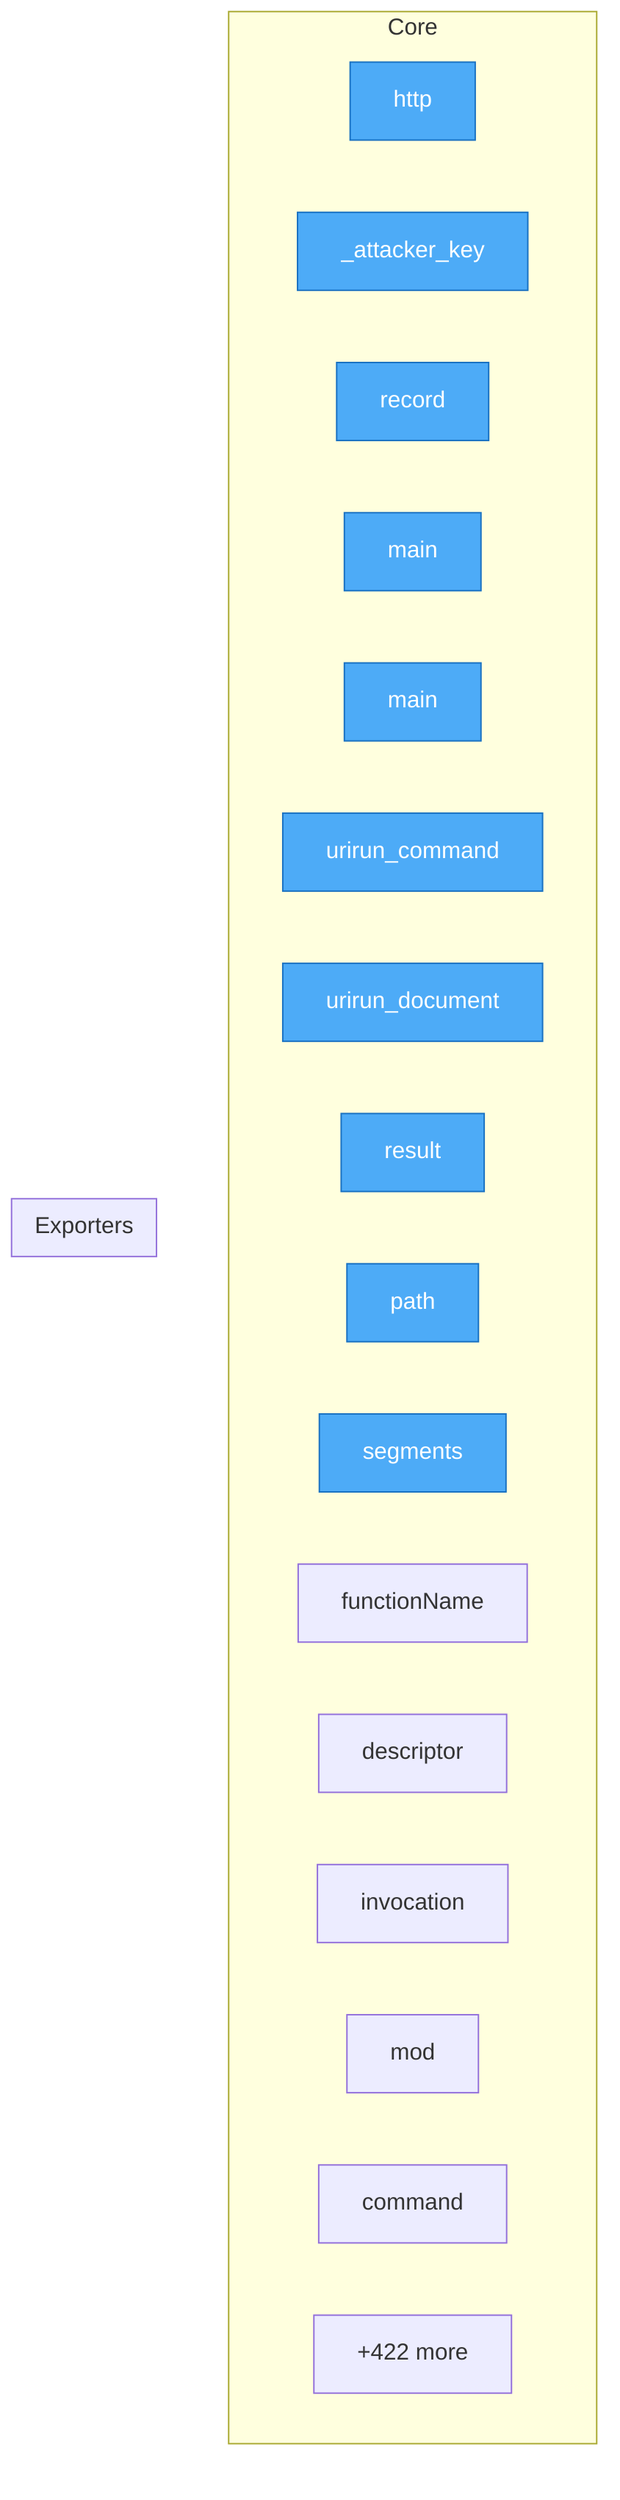
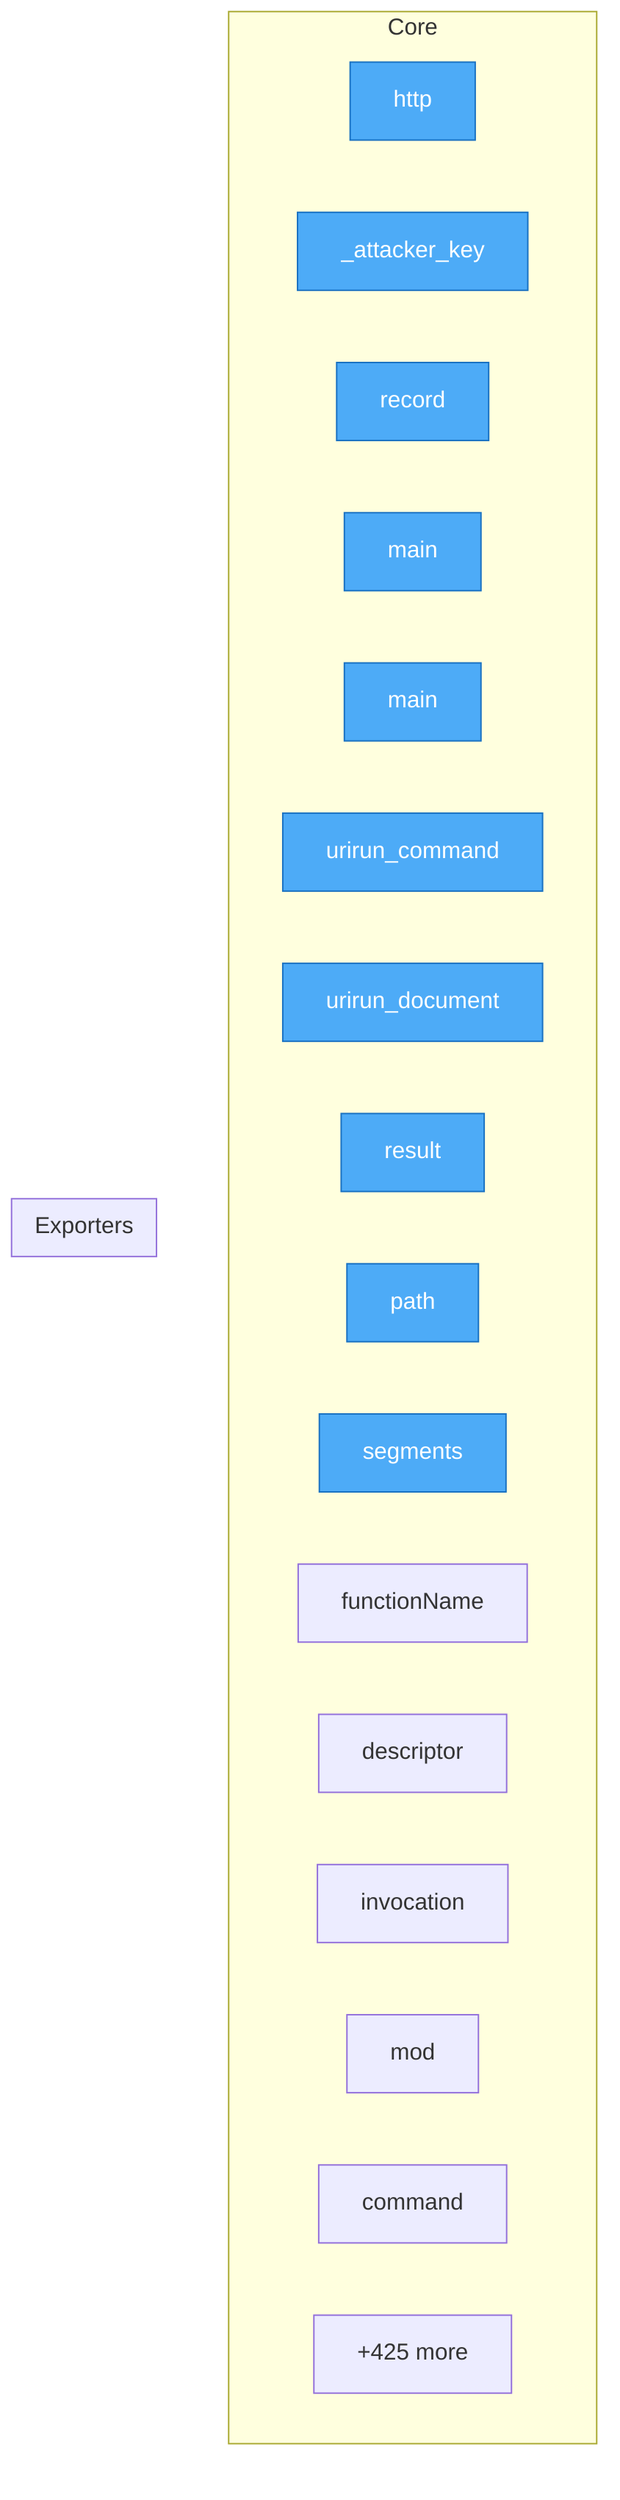
flowchart TD
%% generated in 0.02s

    %% Entry points (blue)
    classDef entry fill:#4dabf7,stroke:#1971c2,color:#fff

    subgraph Core
        security__mesh_probe__probe__http["http"]
        security__mesh_probe__probe___attacker_key["_attacker_key"]
        security__mesh_probe__probe__record["record"]
        adapters__conformance__main["main"]
        adapters__new_connector__main["main"]
        adapters__bash__urirun__urirun_command["urirun_command"]
        adapters__bash__urirun__urirun_document["urirun_document"]
        adapters__js__index__test__result["result"]
        adapters__js__path["path"]
        adapters__js__segments["segments"]
        adapters__js__functionName["functionName"]
        adapters__js__descriptor["descriptor"]
        adapters__js__invocation["invocation"]
        adapters__js__mod["mod"]
        adapters__java__Urirun__Urirun__command["command"]
-         ...["+422 more"]
+         ...["+425 more"]
    end

    subgraph Exporters
    end

    class security__mesh_probe__probe__http,security__mesh_probe__probe___attacker_key,security__mesh_probe__probe__record,adapters__conformance__main,adapters__new_connector__main,adapters__bash__urirun__urirun_command,adapters__bash__urirun__urirun_document,adapters__js__index__test__result,adapters__js__path,adapters__js__segments entry
